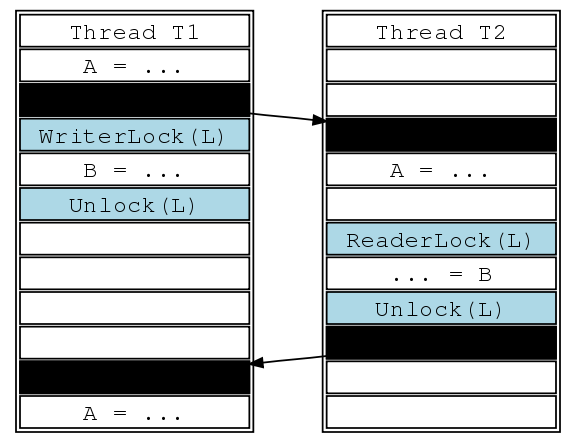
Before: msm/exa1.png, a diagram exported from Graphviz (spurious/ThreadSanitizer-mirror). Its source is kept beside it as msm/exa1.dot.
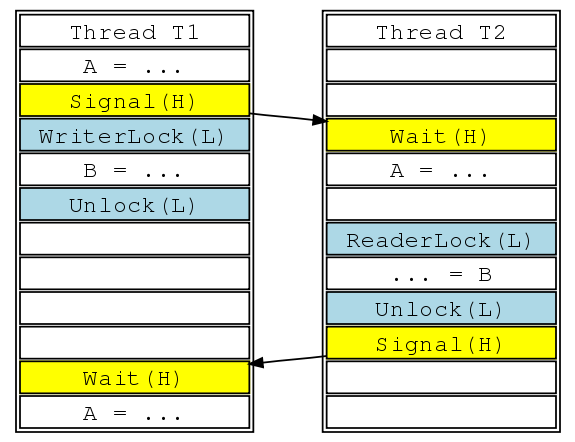
After the commit.

Change to the diagram source:
```diff
@@ -4,7 +4,7 @@
    T1  [label=<<TABLE BGCOLOR="white">
       <tr>  <td port="0"> Thread T1 </td> </tr>
       <tr>  <td> A = ... </td> </tr>
-      <tr>  <td bgcolor="yallow" port="signal"> Signal(H) </td> </tr>
+      <tr>  <td bgcolor="yellow" port="signal"> Signal(H) </td> </tr>
       <tr>  <td bgcolor="lightblue"> WriterLock(L) </td> </tr>
       <tr>  <td> B = ... </td> </tr>
       <tr>  <td bgcolor="lightblue"> Unlock(L) </td> </tr>
@@ -12,7 +12,7 @@
       <tr>  <td>   </td> </tr>
       <tr>  <td>   </td> </tr>
       <tr>  <td>   </td> </tr>
-      <tr>  <td bgcolor="yallow" port="wait"> Wait(H) </td> </tr>
+      <tr>  <td bgcolor="yellow" port="wait"> Wait(H) </td> </tr>
       <tr>  <td> A = ... </td> </tr>
       </TABLE>>
     ]
@@ -21,13 +21,13 @@
       <tr>  <td port="0"> Thread T2 </td> </tr>
       <tr>  <td>   </td> </tr>
       <tr>  <td>   </td> </tr>
-      <tr>  <td bgcolor="yallow" port="wait"> Wait(H) </td> </tr>
+      <tr>  <td bgcolor="yellow" port="wait"> Wait(H) </td> </tr>
       <tr>  <td> A = ... </td> </tr>
       <tr>  <td>   </td> </tr>
       <tr>  <td bgcolor="lightblue"> ReaderLock(L) </td> </tr>
       <tr>  <td> ... = B </td> </tr>
       <tr>  <td bgcolor="lightblue"> Unlock(L) </td> </tr>
-      <tr>  <td bgcolor="yallow" port="signal"> Signal(H) </td> </tr>
+      <tr>  <td bgcolor="yellow" port="signal"> Signal(H) </td> </tr>
       <tr>  <td>  </td> </tr>
       <tr>  <td>  </td> </tr>
       </TABLE>>
```
